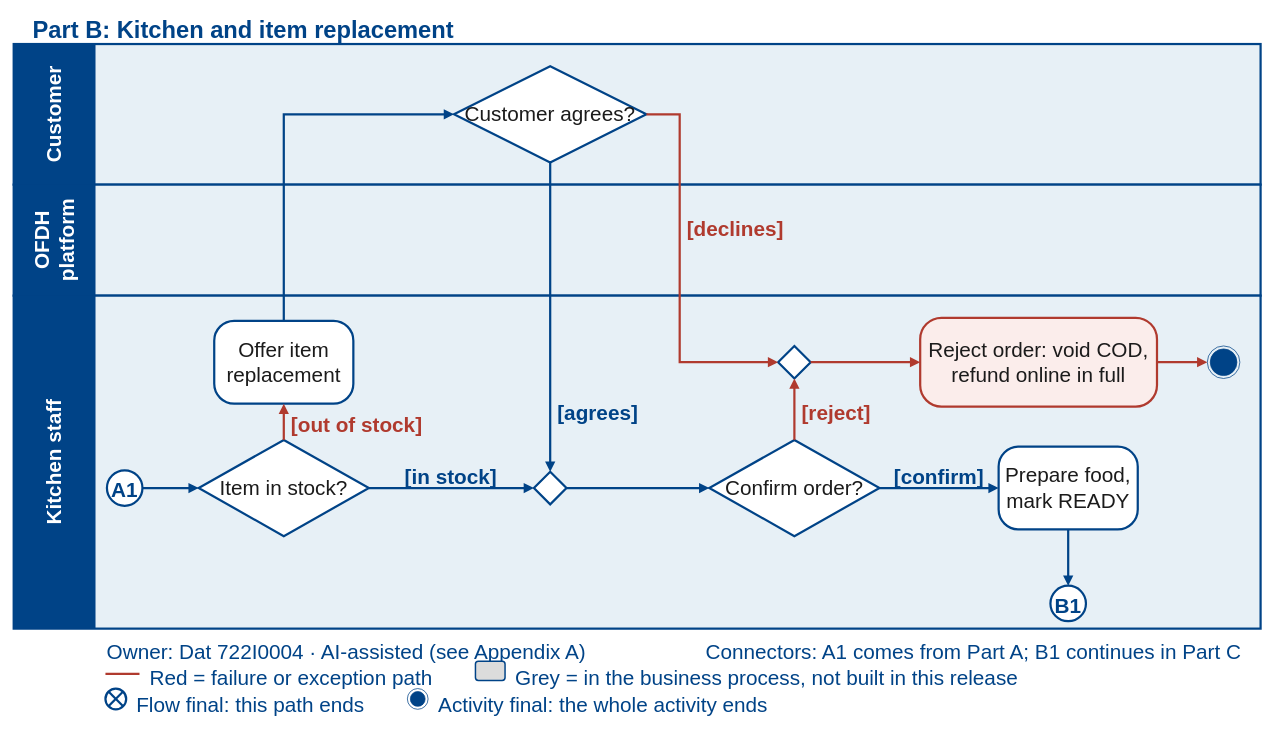
Dat071104/SaigonBite keeps this draw.io diagram as page "Part B" (3 of 6) of docs/part1/models/SaigonBite_Business_Process.drawio. Above is the earlier version. Source tidied: cells renumbered, new cells numbered last; positions are measured from the earlier drawing's top-left corner, leaving out a move shared by most shapes. Both pictures are drawn from the tidied source at 74%, with x=0, y=0 at pixel (13, 13).
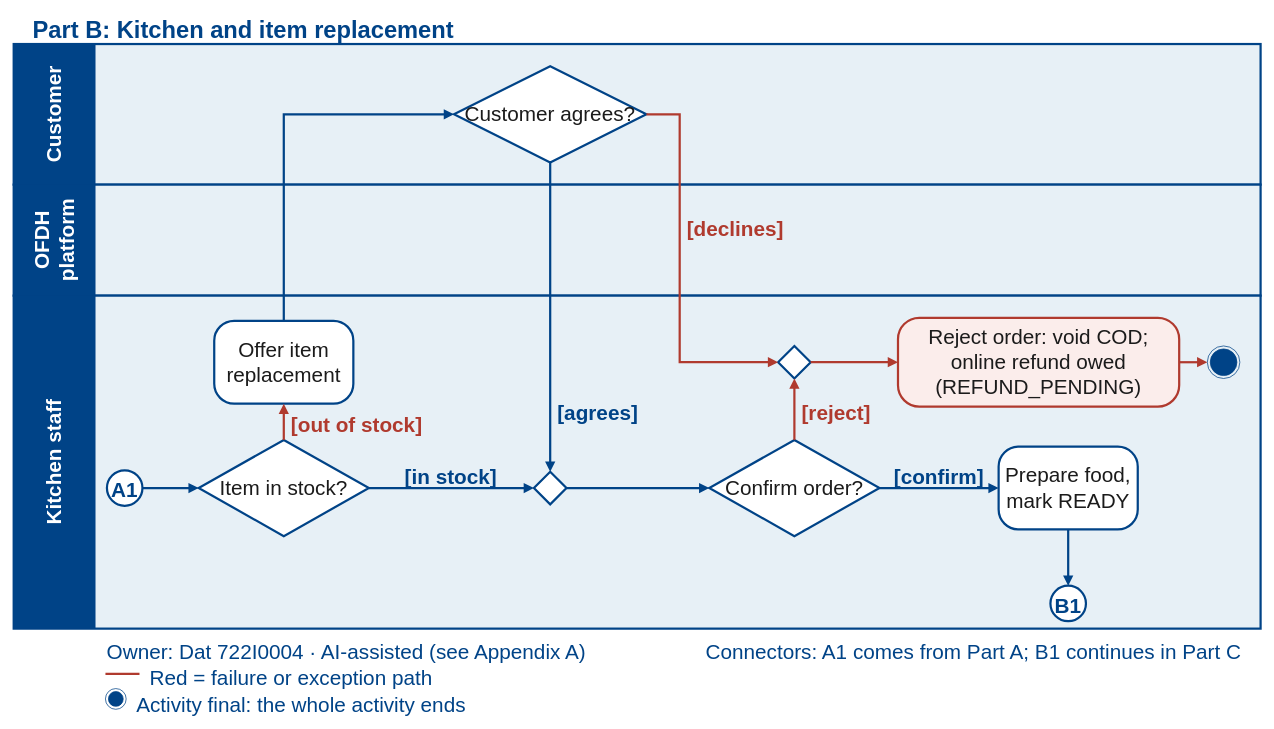
Above is the later version.

Commit message (it also covers changes not shown here):
Update Part 1 package: second machine passed (Mac), refund owed vs payout, CRUD scenario by person, shorter script

Diff of the diagram source:
```diff
@@
-    <mxCell id="15" value="Reject order: void COD, refund online in full" style="rounded=1;arcSize=24;whiteSpace=wrap;html=0;fillColor=#FBEDEB;strokeColor=#B03A2E;strokeWidth=3;fontColor=#1B1B1B;fontSize=28;" parent="1" vertex="1">
-      <mxGeometry x="1225" y="412" width="320" height="120" as="geometry" />
+    <mxCell id="15" value="Reject order: void COD; online refund owed (REFUND_PENDING)" style="rounded=1;arcSize=24;whiteSpace=wrap;html=0;fillColor=#FBEDEB;strokeColor=#B03A2E;strokeWidth=3;fontColor=#1B1B1B;fontSize=28;" parent="1" vertex="1">
+      <mxGeometry x="1195" y="412" width="380" height="120" as="geometry" />
     </mxCell>
@@
-    <mxCell id="42" style="rounded=1;fillColor=#DCDCDC;strokeColor=#004387;strokeWidth=2;" parent="1" vertex="1">
-      <mxGeometry x="624" y="876" width="40" height="26" as="geometry" />
+    <mxCell id="42" style="ellipse;shape=endState;fillColor=#004387;strokeColor=#004387;" parent="1" vertex="1">
+      <mxGeometry x="124" y="913" width="28" height="28" as="geometry" />
     </mxCell>
-    <mxCell id="43" value="Grey = in the business process, not built in this release" style="text;html=0;align=left;verticalAlign=middle;strokeColor=none;fillColor=none;fontSize=28;fontColor=#004387;" parent="1" vertex="1">
-      <mxGeometry x="676" y="880" width="690" height="32" as="geometry" />
+    <mxCell id="43" value="Activity final: the whole activity ends" style="text;html=0;align=left;verticalAlign=middle;strokeColor=none;fillColor=none;fontSize=28;fontColor=#004387;" parent="1" vertex="1">
+      <mxGeometry x="164" y="916" width="455" height="32" as="geometry" />
     </mxCell>
-    <mxCell id="44" style="shape=sumEllipse;fillColor=#FFFFFF;strokeColor=#004387;strokeWidth=3;" parent="1" vertex="1">
-      <mxGeometry x="124" y="913" width="28" height="28" as="geometry" />
-    </mxCell>
-    <mxCell id="45" value="Flow final: this path ends" style="text;html=0;align=left;verticalAlign=middle;strokeColor=none;fillColor=none;fontSize=28;fontColor=#004387;" parent="1" vertex="1">
-      <mxGeometry x="164" y="916" width="318" height="32" as="geometry" />
-    </mxCell>
-    <mxCell id="46" style="ellipse;shape=endState;fillColor=#004387;strokeColor=#004387;" parent="1" vertex="1">
-      <mxGeometry x="532" y="913" width="28" height="28" as="geometry" />
-    </mxCell>
-    <mxCell id="47" value="Activity final: the whole activity ends" style="text;html=0;align=left;verticalAlign=middle;strokeColor=none;fillColor=none;fontSize=28;fontColor=#004387;" parent="1" vertex="1">
-      <mxGeometry x="572" y="916" width="455" height="32" as="geometry" />
-    </mxCell>
```
